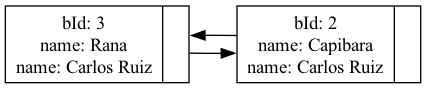
Before: Proyecto1/reports/circular_list.png, a diagram exported from Graphviz (marcosbondel/IPC2_ProyectoVD2024_202202410). Its source is kept beside it as Proyecto1/dot_reports/circular_list.dot. Source of this version:
```dot
digraph G {
            rankdir=LR;
            node[shape=record, height=.1]
        nodo0[label="{bId: 3\nname: Rana\nname: Carlos Ruiz\n|<f1>}"];
nodo1[label="{bId: 2\nname: Capibara\nname: Carlos Ruiz\n|<f1>}"];
nodo0 -> nodo1;
nodo1 -> nodo0[constraint=false];
}
```
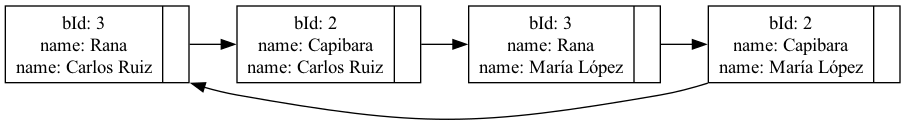
The same diagram one commit later.

Diff of the diagram source:
```diff
@@ -3,6 +3,10 @@
             node[shape=record, height=.1]
         nodo0[label="{bId: 3\nname: Rana\nname: Carlos Ruiz\n|<f1>}"];
 nodo1[label="{bId: 2\nname: Capibara\nname: Carlos Ruiz\n|<f1>}"];
+nodo2[label="{bId: 3\nname: Rana\nname: María López\n|<f1>}"];
+nodo3[label="{bId: 2\nname: Capibara\nname: María López\n|<f1>}"];
 nodo0 -> nodo1;
-nodo1 -> nodo0[constraint=false];
+nodo1 -> nodo2;
+nodo2 -> nodo3;
+nodo3 -> nodo0[constraint=false];
 }
```
